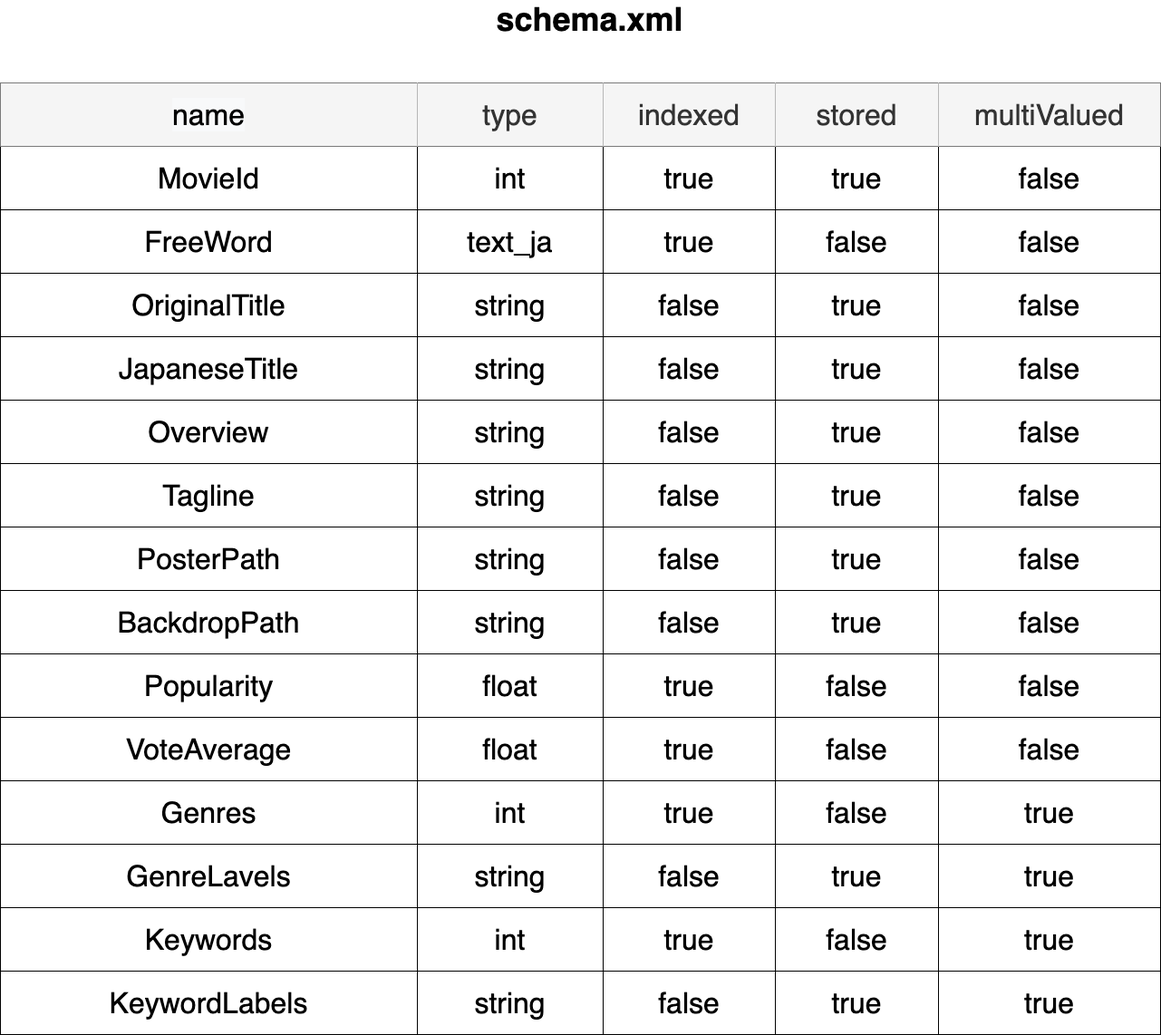
The draw.io diagram docs/Data/solr-schema.png in yuya-okada527/ml-playground, before a commit. Source tidied: cells renumbered, new cells last; positions are measured from the earlier drawing's top-left corner, leaving out a move shared by most shapes.
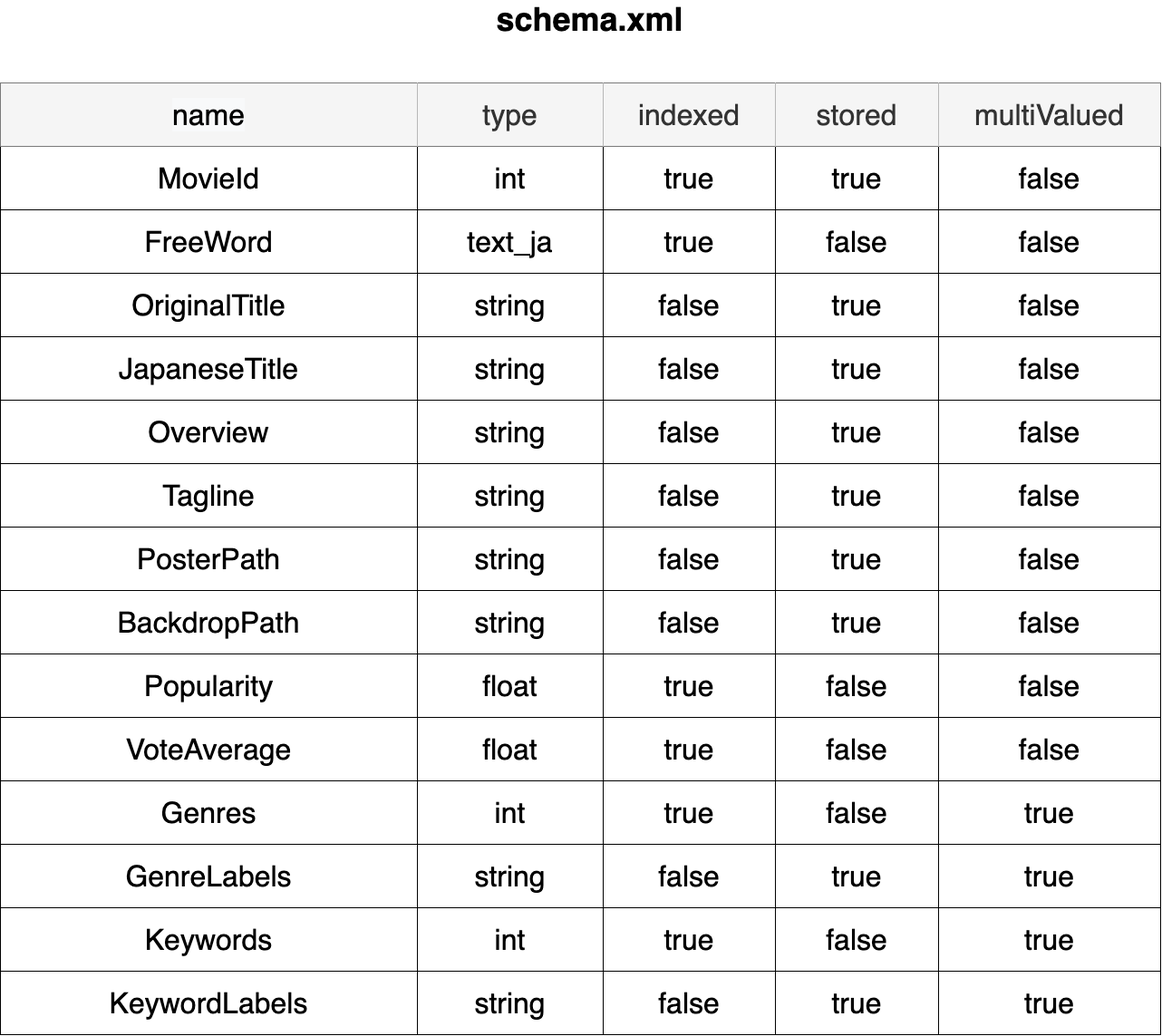
The same diagram one commit later.

Commit message:
add freeword design

Diff of the diagram source:
```diff
@@ -227,7 +227,7 @@
     <mxCell id="76" style="shape=partialRectangle;html=1;whiteSpace=wrap;fillColor=none;top=0;left=0;bottom=0;right=0;fontSize=32;" parent="3" vertex="1">
       <mxGeometry y="840" width="1280" height="70" as="geometry" />
     </mxCell>
-    <mxCell id="77" value="GenreLavels" style="shape=partialRectangle;html=1;whiteSpace=wrap;overflow=hidden;fillColor=none;top=0;left=0;bottom=0;right=0;fontSize=32;" parent="76" vertex="1">
+    <mxCell id="77" value="GenreLabels" style="shape=partialRectangle;html=1;whiteSpace=wrap;overflow=hidden;fillColor=none;top=0;left=0;bottom=0;right=0;fontSize=32;" parent="76" vertex="1">
       <mxGeometry width="460" height="70" as="geometry" />
     </mxCell>
     <mxCell id="78" value="string" style="shape=partialRectangle;html=1;whiteSpace=wrap;overflow=hidden;fillColor=none;top=0;left=0;bottom=0;right=0;fontSize=32;" parent="76" vertex="1">
```
